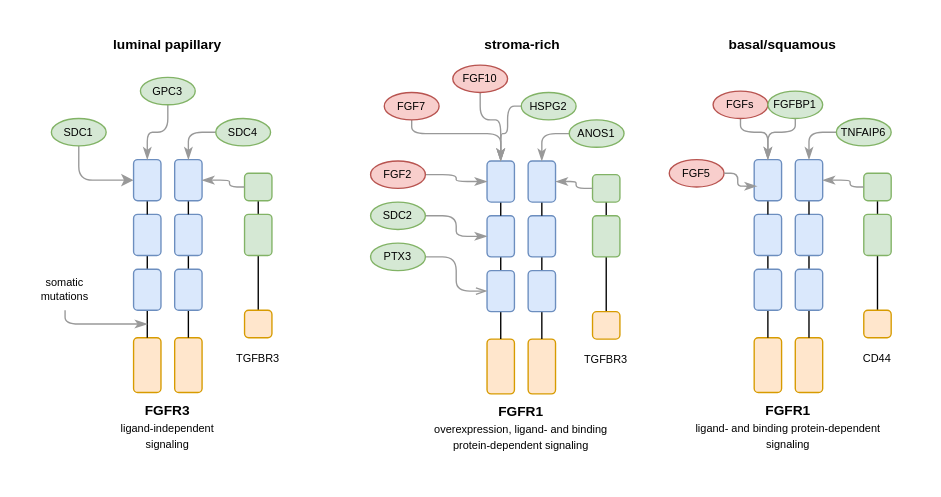
Earlier version of the draw.io diagram schemes/FGFR_signaling_blca.drawio (PiotrTymoszuk/FGFR-BLCA). Source tidied: cells renumbered, new cells numbered last; positions are measured from the earlier drawing's top-left corner, leaving out a move shared by most shapes. Both pictures are drawn from the tidied source at 137%, with x=0, y=0 at pixel (23, 23).
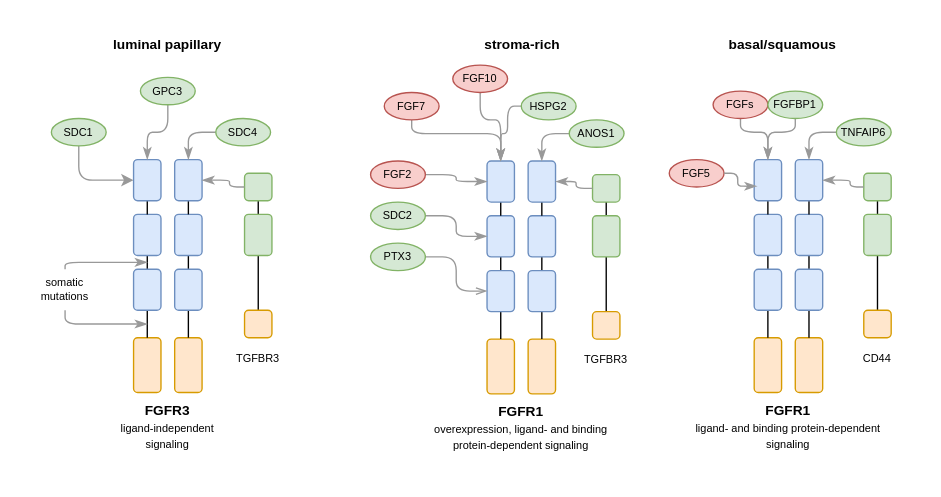
Above is the later version.

Commit message (it also covers changes not shown here):
Identification of mutation hot spots of FGFR3

Unchanged cells that the change refers to:
```xml
<mxCell id="2" style="group;" parent="1" vertex="1">
  <mxGeometry y="39" width="210" height="290" as="geometry" />
</mxCell>
<mxCell id="34" value="somatic mutations" style="text;html=1;align=center;verticalAlign=middle;whiteSpace=wrap;rounded=0;fontSize=8;" parent="2" vertex="1">
  <mxGeometry y="140" width="60" height="30" as="geometry" />
</mxCell>
```

Change to the diagram source:
```diff
@@
+    <mxCell id="116" style="edgeStyle=orthogonalEdgeStyle;rounded=1;jettySize=auto;html=1;exitX=0.5;exitY=0;exitDx=0;exitDy=0;curved=0;strokeColor=#999999;endArrow=classicThin;endFill=1;" parent="2" edge="1" source="34">
+      <mxGeometry relative="1" as="geometry">
+        <mxPoint x="90" y="135" as="targetPoint" />
+        <Array as="points">
+          <mxPoint x="30" y="135" />
+        </Array>
+      </mxGeometry>
+    </mxCell>
```
